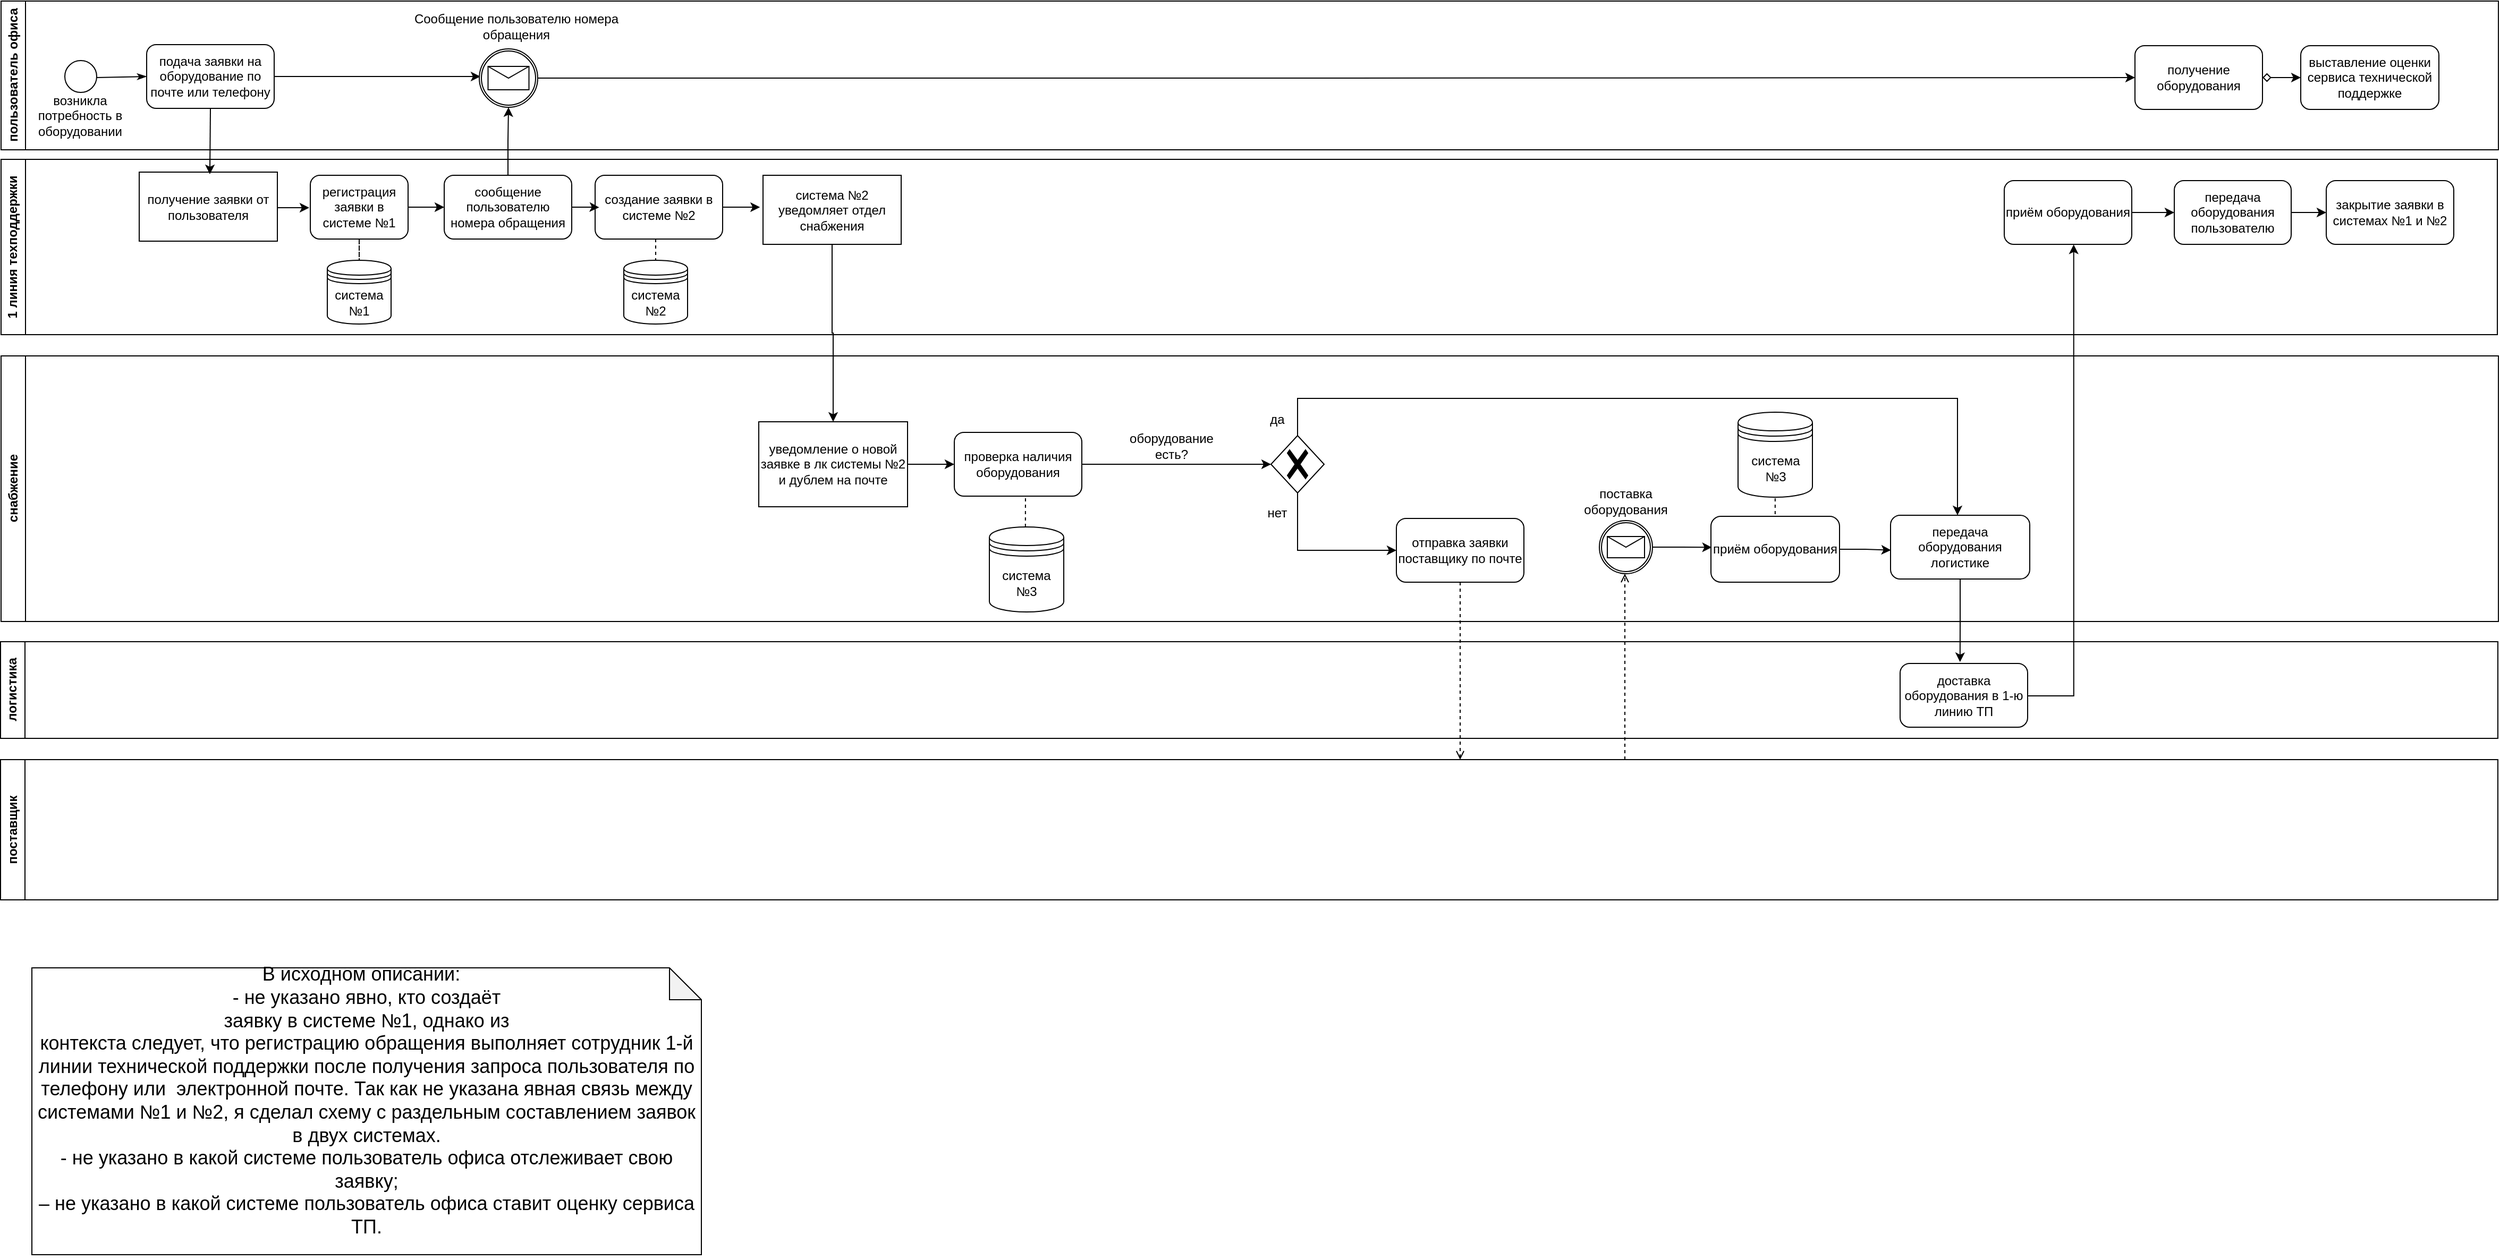
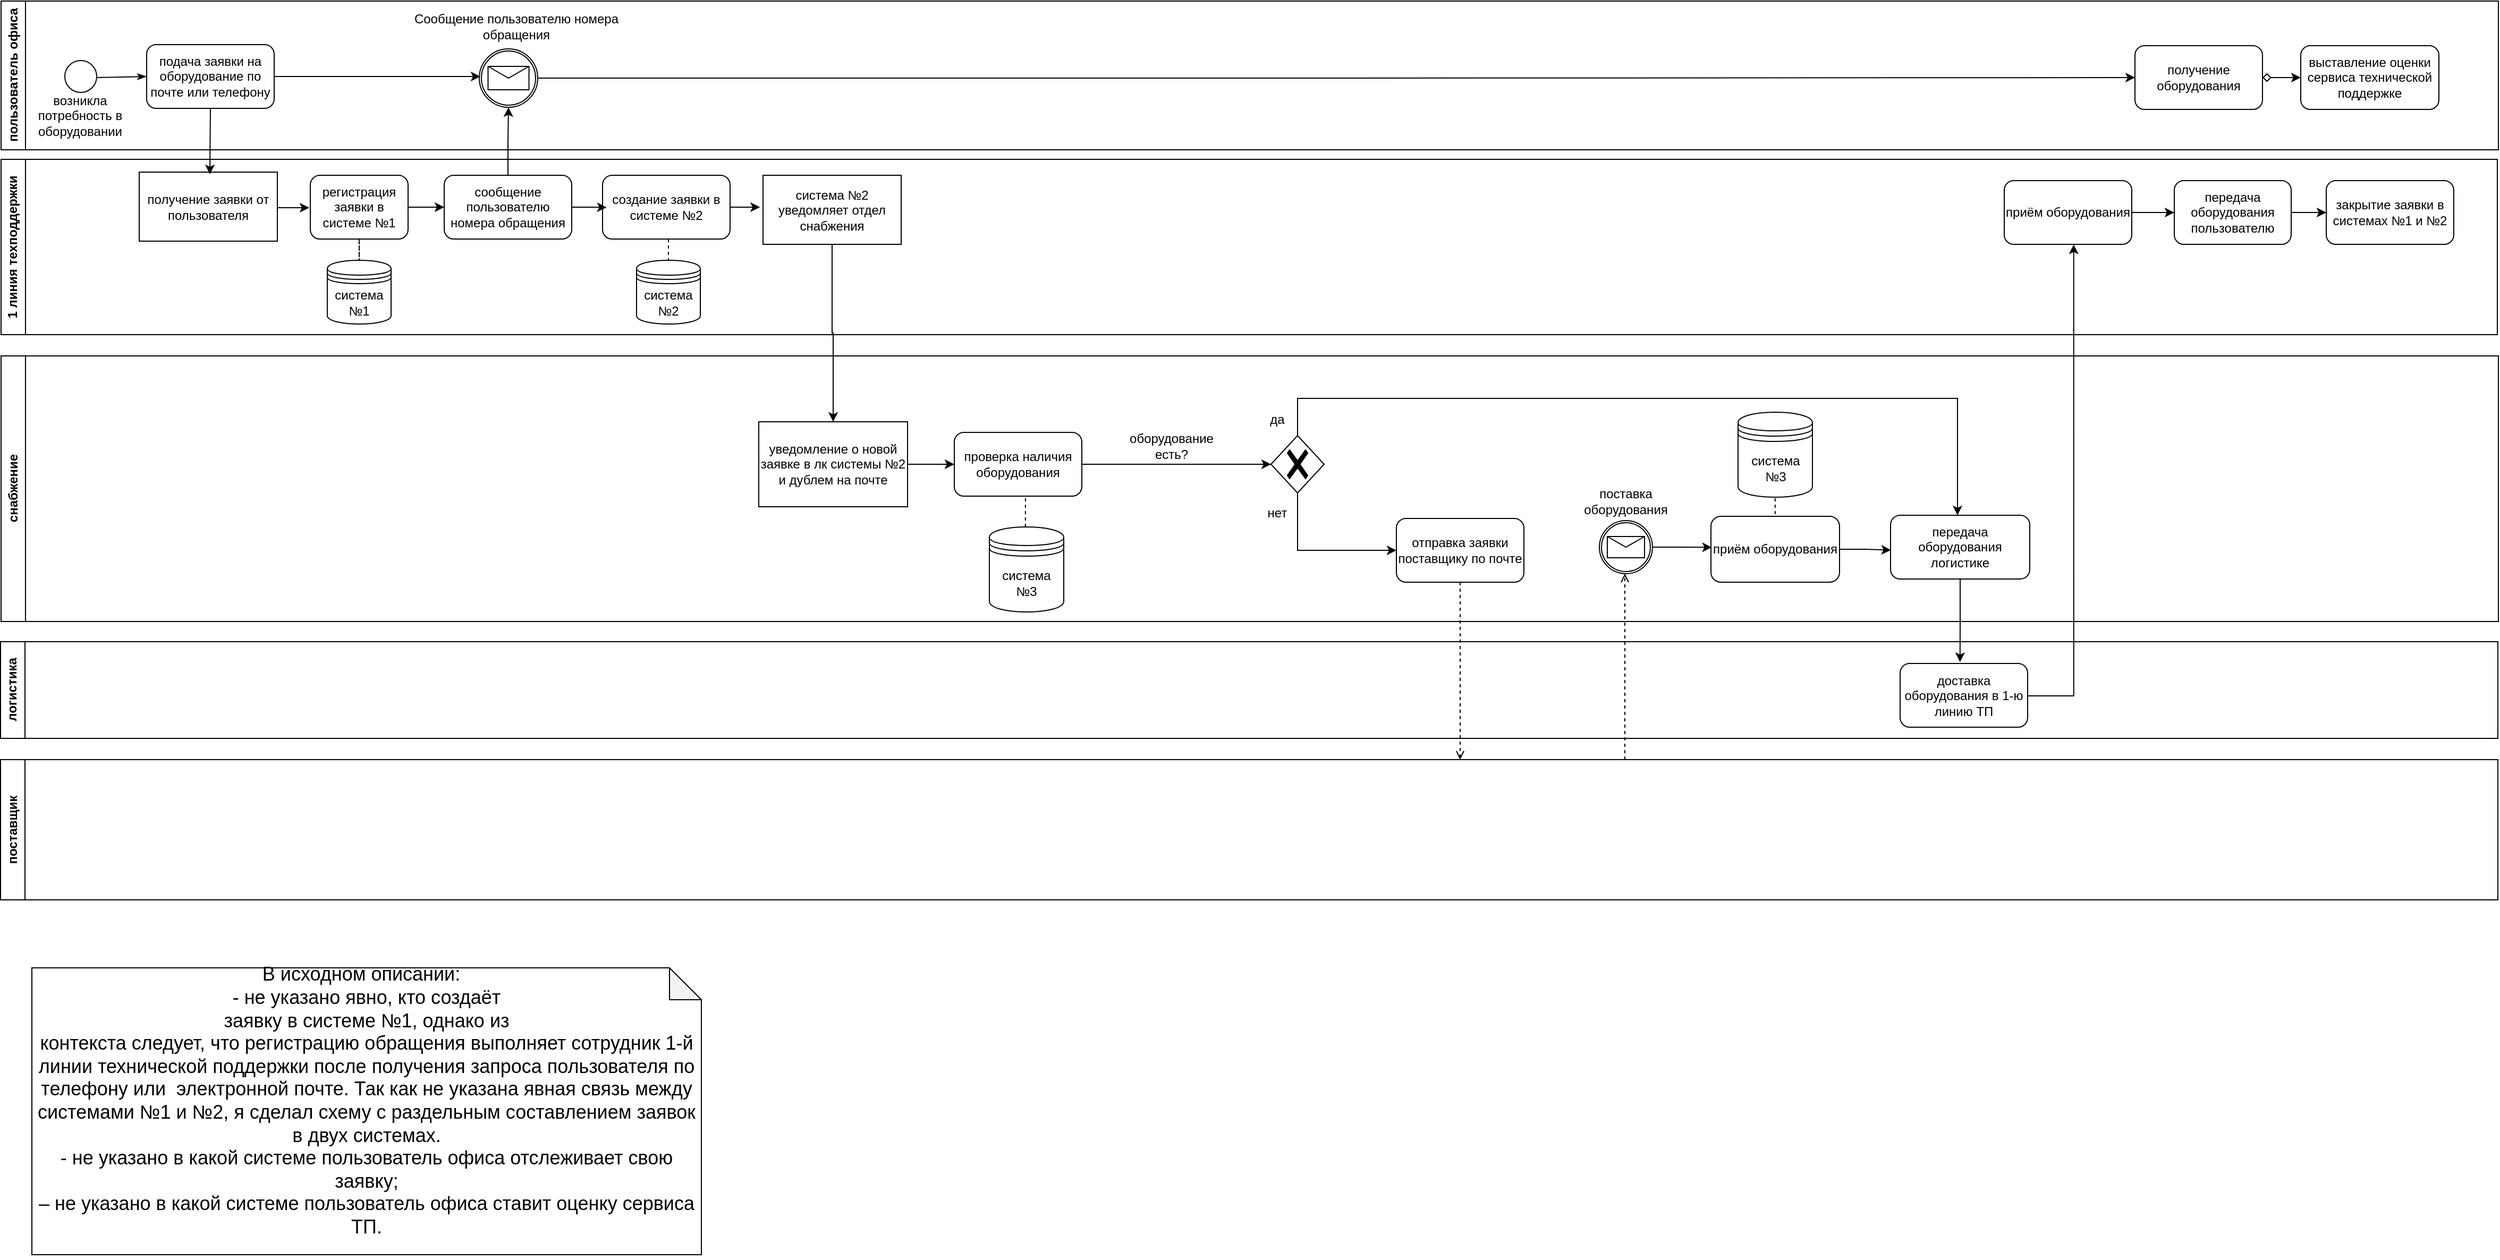
<mxfile host="app.diagrams.net">
  <diagram name="Page-1" id="IhNTdbVoEmmhKQdKGar_">
-     <mxGraphModel dx="1411" dy="613" grid="1" gridSize="10" guides="1" tooltips="1" connect="1" arrows="1" fold="1" page="1" pageScale="1" pageWidth="850" pageHeight="1100" math="0" shadow="0">
+     <mxGraphModel dx="699" dy="319" grid="1" gridSize="10" guides="1" tooltips="1" connect="1" arrows="1" fold="1" page="1" pageScale="1" pageWidth="850" pageHeight="1100" math="0" shadow="0">
      <root>
        <mxCell id="0" />
        <mxCell id="1" parent="0" />
        <mxCell id="G8Y-UxcJEC4LEUgXxJTJ-1" parent="1" style="swimlane;horizontal=0;whiteSpace=wrap;html=1;" value="пользователь офиса" vertex="1">
          <mxGeometry height="140" width="2350" x="11" y="26" as="geometry" />
        </mxCell>
        <mxCell id="G8Y-UxcJEC4LEUgXxJTJ-2" parent="G8Y-UxcJEC4LEUgXxJTJ-1" style="ellipse;whiteSpace=wrap;html=1;aspect=fixed;" value="" vertex="1">
          <mxGeometry height="30" width="30" x="60" y="56" as="geometry" />
        </mxCell>
        <mxCell id="G8Y-UxcJEC4LEUgXxJTJ-8" edge="1" parent="G8Y-UxcJEC4LEUgXxJTJ-1" style="endArrow=classicThin;html=1;rounded=0;endFill=1;entryX=0;entryY=0.5;entryDx=0;entryDy=0;" target="G8Y-UxcJEC4LEUgXxJTJ-13" value="">
          <mxGeometry height="50" relative="1" width="50" as="geometry">
            <mxPoint x="90" y="72" as="sourcePoint" />
            <mxPoint x="120" y="72" as="targetPoint" />
          </mxGeometry>
        </mxCell>
        <mxCell id="G8Y-UxcJEC4LEUgXxJTJ-140" edge="1" parent="G8Y-UxcJEC4LEUgXxJTJ-1" source="G8Y-UxcJEC4LEUgXxJTJ-13" style="edgeStyle=orthogonalEdgeStyle;rounded=0;orthogonalLoop=1;jettySize=auto;html=1;exitX=1;exitY=0.5;exitDx=0;exitDy=0;">
          <mxGeometry relative="1" as="geometry">
            <mxPoint x="268" y="71" as="sourcePoint" />
            <mxPoint x="451" y="71" as="targetPoint" />
          </mxGeometry>
        </mxCell>
        <mxCell id="G8Y-UxcJEC4LEUgXxJTJ-13" parent="G8Y-UxcJEC4LEUgXxJTJ-1" style="rounded=1;whiteSpace=wrap;html=1;" value="&lt;div&gt;подача заявки на оборудование по почте или телефону&lt;/div&gt;" vertex="1">
          <mxGeometry height="60" width="120" x="137" y="41" as="geometry" />
        </mxCell>
        <mxCell id="G8Y-UxcJEC4LEUgXxJTJ-67" edge="1" parent="G8Y-UxcJEC4LEUgXxJTJ-1" source="G8Y-UxcJEC4LEUgXxJTJ-139" style="edgeStyle=orthogonalEdgeStyle;rounded=0;orthogonalLoop=1;jettySize=auto;html=1;entryX=0;entryY=0.5;entryDx=0;entryDy=0;exitX=1;exitY=0.5;exitDx=0;exitDy=0;exitPerimeter=0;" target="G8Y-UxcJEC4LEUgXxJTJ-64">
          <mxGeometry relative="1" as="geometry">
            <mxPoint x="793" y="71" as="sourcePoint" />
            <mxPoint x="2150" y="57" as="targetPoint" />
          </mxGeometry>
        </mxCell>
        <mxCell id="G8Y-UxcJEC4LEUgXxJTJ-66" edge="1" parent="G8Y-UxcJEC4LEUgXxJTJ-1" source="G8Y-UxcJEC4LEUgXxJTJ-64" style="edgeStyle=orthogonalEdgeStyle;rounded=0;orthogonalLoop=1;jettySize=auto;html=1;entryX=0;entryY=0.5;entryDx=0;entryDy=0;endArrow=classic;endFill=1;startArrow=diamond;startFill=0;" target="G8Y-UxcJEC4LEUgXxJTJ-65">
          <mxGeometry relative="1" as="geometry" />
        </mxCell>
        <mxCell id="G8Y-UxcJEC4LEUgXxJTJ-64" parent="G8Y-UxcJEC4LEUgXxJTJ-1" style="rounded=1;whiteSpace=wrap;html=1;" value="получение оборудования" vertex="1">
          <mxGeometry height="60" width="120" x="2008" y="42" as="geometry" />
        </mxCell>
        <mxCell id="G8Y-UxcJEC4LEUgXxJTJ-65" parent="G8Y-UxcJEC4LEUgXxJTJ-1" style="rounded=1;whiteSpace=wrap;html=1;" value="выставление оценки сервиса технической поддержке" vertex="1">
          <mxGeometry height="60" width="130" x="2164" y="42" as="geometry" />
        </mxCell>
        <mxCell id="G8Y-UxcJEC4LEUgXxJTJ-139" parent="G8Y-UxcJEC4LEUgXxJTJ-1" style="points=[[0.145,0.145,0],[0.5,0,0],[0.855,0.145,0],[1,0.5,0],[0.855,0.855,0],[0.5,1,0],[0.145,0.855,0],[0,0.5,0]];shape=mxgraph.bpmn.event;html=1;verticalLabelPosition=bottom;labelBackgroundColor=#ffffff;verticalAlign=top;align=center;perimeter=ellipsePerimeter;outlineConnect=0;aspect=fixed;outline=catching;symbol=message;" value="" vertex="1">
          <mxGeometry height="55" width="55" x="450" y="45" as="geometry" />
        </mxCell>
        <mxCell id="G8Y-UxcJEC4LEUgXxJTJ-3" parent="1" style="swimlane;horizontal=0;whiteSpace=wrap;html=1;" value="1 линия техподдержки" vertex="1">
          <mxGeometry height="165" width="2349" x="11" y="175" as="geometry" />
        </mxCell>
        <mxCell id="G8Y-UxcJEC4LEUgXxJTJ-14" parent="G8Y-UxcJEC4LEUgXxJTJ-3" style="rounded=1;whiteSpace=wrap;html=1;" value="сообщение пользователю номера обращения" vertex="1">
          <mxGeometry height="60" width="120" x="417" y="15" as="geometry" />
        </mxCell>
        <mxCell id="G8Y-UxcJEC4LEUgXxJTJ-97" edge="1" parent="G8Y-UxcJEC4LEUgXxJTJ-3" style="edgeStyle=orthogonalEdgeStyle;rounded=0;orthogonalLoop=1;jettySize=auto;html=1;">
          <mxGeometry relative="1" as="geometry">
            <mxPoint x="260" y="45.51999999999998" as="sourcePoint" />
            <mxPoint x="290" y="45.5" as="targetPoint" />
          </mxGeometry>
        </mxCell>
        <mxCell id="G8Y-UxcJEC4LEUgXxJTJ-19" parent="G8Y-UxcJEC4LEUgXxJTJ-3" style="points=[[0.25,0,0],[0.5,0,0],[0.75,0,0],[1,0.25,0],[1,0.5,0],[1,0.75,0],[0.75,1,0],[0.5,1,0],[0.25,1,0],[0,0.75,0],[0,0.5,0],[0,0.25,0]];shape=mxgraph.bpmn.task2;whiteSpace=wrap;rectStyle=rounded;size=10;html=1;container=1;expand=0;collapsible=0;taskMarker=receive;" value="получение заявки от пользователя" vertex="1">
          <mxGeometry height="65" width="130" x="130" y="12" as="geometry" />
        </mxCell>
        <mxCell id="G8Y-UxcJEC4LEUgXxJTJ-20" parent="G8Y-UxcJEC4LEUgXxJTJ-3" style="rounded=1;whiteSpace=wrap;html=1;" value="создание заявки в системе №2" vertex="1">
-           <mxGeometry height="60" width="120" x="559" y="15" as="geometry" />
+           <mxGeometry height="60" width="120" x="566" y="15" as="geometry" />
        </mxCell>
        <mxCell id="G8Y-UxcJEC4LEUgXxJTJ-94" edge="1" parent="G8Y-UxcJEC4LEUgXxJTJ-3" source="G8Y-UxcJEC4LEUgXxJTJ-22" style="edgeStyle=orthogonalEdgeStyle;rounded=0;orthogonalLoop=1;jettySize=auto;html=1;entryX=0;entryY=0.5;entryDx=0;entryDy=0;" target="G8Y-UxcJEC4LEUgXxJTJ-14">
          <mxGeometry relative="1" as="geometry" />
        </mxCell>
        <mxCell id="G8Y-UxcJEC4LEUgXxJTJ-99" edge="1" parent="G8Y-UxcJEC4LEUgXxJTJ-3" source="G8Y-UxcJEC4LEUgXxJTJ-22" style="edgeStyle=orthogonalEdgeStyle;rounded=0;orthogonalLoop=1;jettySize=auto;html=1;endArrow=none;endFill=0;dashed=1;" target="G8Y-UxcJEC4LEUgXxJTJ-28">
          <mxGeometry relative="1" as="geometry" />
        </mxCell>
        <mxCell id="G8Y-UxcJEC4LEUgXxJTJ-22" parent="G8Y-UxcJEC4LEUgXxJTJ-3" style="rounded=1;whiteSpace=wrap;html=1;" value="регистрация заявки в системе №1" vertex="1">
          <mxGeometry height="60" width="92" x="291" y="15" as="geometry" />
        </mxCell>
        <mxCell id="G8Y-UxcJEC4LEUgXxJTJ-17" parent="G8Y-UxcJEC4LEUgXxJTJ-3" style="points=[[0.25,0,0],[0.5,0,0],[0.75,0,0],[1,0.25,0],[1,0.5,0],[1,0.75,0],[0.75,1,0],[0.5,1,0],[0.25,1,0],[0,0.75,0],[0,0.5,0],[0,0.25,0]];shape=mxgraph.bpmn.task2;whiteSpace=wrap;rectStyle=rounded;size=10;html=1;container=1;expand=0;collapsible=0;taskMarker=service;" value="система №2 уведомляет отдел снабжения" vertex="1">
          <mxGeometry height="65" width="130" x="717" y="15" as="geometry" />
        </mxCell>
        <mxCell id="G8Y-UxcJEC4LEUgXxJTJ-28" parent="G8Y-UxcJEC4LEUgXxJTJ-3" style="shape=datastore;whiteSpace=wrap;html=1;" value="система №1" vertex="1">
          <mxGeometry height="60" width="60" x="307" y="95" as="geometry" />
        </mxCell>
        <mxCell id="G8Y-UxcJEC4LEUgXxJTJ-63" edge="1" parent="G8Y-UxcJEC4LEUgXxJTJ-3" source="G8Y-UxcJEC4LEUgXxJTJ-59" style="edgeStyle=orthogonalEdgeStyle;rounded=0;orthogonalLoop=1;jettySize=auto;html=1;entryX=0;entryY=0.5;entryDx=0;entryDy=0;" target="G8Y-UxcJEC4LEUgXxJTJ-60">
          <mxGeometry relative="1" as="geometry" />
        </mxCell>
        <mxCell id="G8Y-UxcJEC4LEUgXxJTJ-59" parent="G8Y-UxcJEC4LEUgXxJTJ-3" style="rounded=1;whiteSpace=wrap;html=1;" value="передача оборудования пользователю" vertex="1">
          <mxGeometry height="60" width="110" x="2045" y="20" as="geometry" />
        </mxCell>
        <mxCell id="G8Y-UxcJEC4LEUgXxJTJ-60" parent="G8Y-UxcJEC4LEUgXxJTJ-3" style="rounded=1;whiteSpace=wrap;html=1;" value="закрытие заявки в системах №1 и №2" vertex="1">
          <mxGeometry height="60" width="120" x="2188" y="20" as="geometry" />
        </mxCell>
        <mxCell id="G8Y-UxcJEC4LEUgXxJTJ-92" edge="1" parent="G8Y-UxcJEC4LEUgXxJTJ-3" source="G8Y-UxcJEC4LEUgXxJTJ-20" style="edgeStyle=orthogonalEdgeStyle;rounded=0;orthogonalLoop=1;jettySize=auto;html=1;entryX=-0.022;entryY=0.462;entryDx=0;entryDy=0;entryPerimeter=0;" target="G8Y-UxcJEC4LEUgXxJTJ-17">
          <mxGeometry relative="1" as="geometry" />
        </mxCell>
        <mxCell id="G8Y-UxcJEC4LEUgXxJTJ-93" edge="1" parent="G8Y-UxcJEC4LEUgXxJTJ-3" source="G8Y-UxcJEC4LEUgXxJTJ-14" style="edgeStyle=orthogonalEdgeStyle;rounded=0;orthogonalLoop=1;jettySize=auto;html=1;entryX=0.032;entryY=0.504;entryDx=0;entryDy=0;entryPerimeter=0;" target="G8Y-UxcJEC4LEUgXxJTJ-20">
          <mxGeometry relative="1" as="geometry" />
        </mxCell>
        <mxCell id="G8Y-UxcJEC4LEUgXxJTJ-127" edge="1" parent="G8Y-UxcJEC4LEUgXxJTJ-3" source="G8Y-UxcJEC4LEUgXxJTJ-125" style="edgeStyle=orthogonalEdgeStyle;rounded=0;orthogonalLoop=1;jettySize=auto;html=1;entryX=0;entryY=0.5;entryDx=0;entryDy=0;" target="G8Y-UxcJEC4LEUgXxJTJ-59">
          <mxGeometry relative="1" as="geometry" />
        </mxCell>
        <mxCell id="G8Y-UxcJEC4LEUgXxJTJ-125" parent="G8Y-UxcJEC4LEUgXxJTJ-3" style="rounded=1;whiteSpace=wrap;html=1;" value="приём оборудования" vertex="1">
          <mxGeometry height="60" width="120" x="1885" y="20" as="geometry" />
        </mxCell>
        <mxCell id="G8Y-UxcJEC4LEUgXxJTJ-7" parent="1" style="text;html=1;whiteSpace=wrap;strokeColor=none;fillColor=none;align=center;verticalAlign=middle;rounded=0;" value="возникла потребность в оборудовании" vertex="1">
          <mxGeometry height="38" width="85" x="43" y="115" as="geometry" />
        </mxCell>
        <mxCell id="G8Y-UxcJEC4LEUgXxJTJ-4" parent="1" style="swimlane;horizontal=0;whiteSpace=wrap;html=1;" value="снабжение" vertex="1">
          <mxGeometry height="250" width="2350" x="11" y="360" as="geometry" />
        </mxCell>
        <mxCell id="G8Y-UxcJEC4LEUgXxJTJ-85" edge="1" parent="G8Y-UxcJEC4LEUgXxJTJ-4" style="edgeStyle=orthogonalEdgeStyle;rounded=0;orthogonalLoop=1;jettySize=auto;html=1;entryX=0.384;entryY=-0.023;entryDx=0;entryDy=0;entryPerimeter=0;endArrow=none;endFill=0;dashed=1;">
          <mxGeometry relative="1" as="geometry">
            <mxPoint x="963.969696969697" y="134" as="sourcePoint" />
            <mxPoint x="963.8799999999999" y="170.15999999999997" as="targetPoint" />
          </mxGeometry>
        </mxCell>
        <mxCell id="G8Y-UxcJEC4LEUgXxJTJ-135" edge="1" parent="G8Y-UxcJEC4LEUgXxJTJ-4" source="G8Y-UxcJEC4LEUgXxJTJ-25" style="edgeStyle=orthogonalEdgeStyle;rounded=0;orthogonalLoop=1;jettySize=auto;html=1;" target="G8Y-UxcJEC4LEUgXxJTJ-29">
          <mxGeometry relative="1" as="geometry" />
        </mxCell>
        <mxCell id="G8Y-UxcJEC4LEUgXxJTJ-25" parent="G8Y-UxcJEC4LEUgXxJTJ-4" style="rounded=1;whiteSpace=wrap;html=1;" value="проверка наличия оборудования" vertex="1">
          <mxGeometry height="60" width="120" x="897" y="72" as="geometry" />
        </mxCell>
        <mxCell id="G8Y-UxcJEC4LEUgXxJTJ-27" parent="G8Y-UxcJEC4LEUgXxJTJ-4" style="shape=datastore;whiteSpace=wrap;html=1;" value="система №3" vertex="1">
          <mxGeometry height="80" width="70" x="930" y="161" as="geometry" />
        </mxCell>
        <mxCell id="G8Y-UxcJEC4LEUgXxJTJ-77" edge="1" parent="G8Y-UxcJEC4LEUgXxJTJ-4" source="G8Y-UxcJEC4LEUgXxJTJ-29" style="edgeStyle=orthogonalEdgeStyle;rounded=0;orthogonalLoop=1;jettySize=auto;html=1;entryX=0;entryY=0.5;entryDx=0;entryDy=0;" target="G8Y-UxcJEC4LEUgXxJTJ-37">
          <mxGeometry relative="1" as="geometry">
            <Array as="points">
              <mxPoint x="1220" y="183" />
            </Array>
          </mxGeometry>
        </mxCell>
        <mxCell id="G8Y-UxcJEC4LEUgXxJTJ-78" edge="1" parent="G8Y-UxcJEC4LEUgXxJTJ-4" source="G8Y-UxcJEC4LEUgXxJTJ-29" style="edgeStyle=orthogonalEdgeStyle;rounded=0;orthogonalLoop=1;jettySize=auto;html=1;exitX=0.5;exitY=0;exitDx=0;exitDy=0;exitPerimeter=0;">
          <mxGeometry relative="1" as="geometry">
            <Array as="points">
              <mxPoint x="1220" y="75" />
              <mxPoint x="1220" y="40" />
              <mxPoint x="1841" y="40" />
            </Array>
            <mxPoint x="1116" y="55" as="sourcePoint" />
            <mxPoint x="1841" y="150" as="targetPoint" />
          </mxGeometry>
        </mxCell>
        <mxCell id="G8Y-UxcJEC4LEUgXxJTJ-29" parent="G8Y-UxcJEC4LEUgXxJTJ-4" style="points=[[0.25,0.25,0],[0.5,0,0],[0.75,0.25,0],[1,0.5,0],[0.75,0.75,0],[0.5,1,0],[0.25,0.75,0],[0,0.5,0]];shape=mxgraph.bpmn.gateway2;html=1;verticalLabelPosition=bottom;labelBackgroundColor=#ffffff;verticalAlign=top;align=center;perimeter=rhombusPerimeter;outlineConnect=0;outline=none;symbol=none;gwType=exclusive;" value="" vertex="1">
          <mxGeometry height="54" width="50" x="1195" y="75" as="geometry" />
        </mxCell>
        <mxCell id="G8Y-UxcJEC4LEUgXxJTJ-32" parent="G8Y-UxcJEC4LEUgXxJTJ-4" style="rounded=1;whiteSpace=wrap;html=1;" value="передача оборудования логистике" vertex="1">
          <mxGeometry height="60" width="131" x="1778" y="150" as="geometry" />
        </mxCell>
        <mxCell id="G8Y-UxcJEC4LEUgXxJTJ-149" edge="1" parent="G8Y-UxcJEC4LEUgXxJTJ-4" source="G8Y-UxcJEC4LEUgXxJTJ-37" style="edgeStyle=orthogonalEdgeStyle;rounded=0;orthogonalLoop=1;jettySize=auto;html=1;endArrow=open;endFill=0;dashed=1;">
          <mxGeometry relative="1" as="geometry">
            <mxPoint x="1373" y="380" as="targetPoint" />
          </mxGeometry>
        </mxCell>
        <mxCell id="G8Y-UxcJEC4LEUgXxJTJ-37" parent="G8Y-UxcJEC4LEUgXxJTJ-4" style="rounded=1;whiteSpace=wrap;html=1;" value="отправка заявки поставщику по почте" vertex="1">
          <mxGeometry height="60" width="120" x="1313" y="153" as="geometry" />
        </mxCell>
        <mxCell id="G8Y-UxcJEC4LEUgXxJTJ-87" edge="1" parent="G8Y-UxcJEC4LEUgXxJTJ-4" source="G8Y-UxcJEC4LEUgXxJTJ-44" style="edgeStyle=orthogonalEdgeStyle;rounded=0;orthogonalLoop=1;jettySize=auto;html=1;" target="G8Y-UxcJEC4LEUgXxJTJ-25">
          <mxGeometry relative="1" as="geometry" />
        </mxCell>
        <mxCell id="G8Y-UxcJEC4LEUgXxJTJ-44" parent="G8Y-UxcJEC4LEUgXxJTJ-4" style="points=[[0.25,0,0],[0.5,0,0],[0.75,0,0],[1,0.25,0],[1,0.5,0],[1,0.75,0],[0.75,1,0],[0.5,1,0],[0.25,1,0],[0,0.75,0],[0,0.5,0],[0,0.25,0]];shape=mxgraph.bpmn.task2;whiteSpace=wrap;rectStyle=rounded;size=10;html=1;container=1;expand=0;collapsible=0;taskMarker=receive;" value="уведомление о новой заявке в лк системы №2 и дублем на почте" vertex="1">
          <mxGeometry height="80" width="140" x="713" y="62" as="geometry" />
        </mxCell>
        <mxCell id="G8Y-UxcJEC4LEUgXxJTJ-79" edge="1" parent="G8Y-UxcJEC4LEUgXxJTJ-4" style="edgeStyle=orthogonalEdgeStyle;rounded=0;orthogonalLoop=1;jettySize=auto;html=1;entryX=0.5;entryY=1;entryDx=0;entryDy=0;endArrow=none;endFill=0;dashed=1;">
          <mxGeometry relative="1" as="geometry">
            <mxPoint x="1669.4187719298245" y="149" as="sourcePoint" />
            <mxPoint x="1669.41" y="131" as="targetPoint" />
          </mxGeometry>
        </mxCell>
        <mxCell id="G8Y-UxcJEC4LEUgXxJTJ-45" parent="G8Y-UxcJEC4LEUgXxJTJ-4" style="rounded=1;whiteSpace=wrap;html=1;" value="приём оборудования" vertex="1">
          <mxGeometry height="62" width="121" x="1609" y="151" as="geometry" />
        </mxCell>
        <mxCell id="G8Y-UxcJEC4LEUgXxJTJ-46" parent="G8Y-UxcJEC4LEUgXxJTJ-4" style="shape=datastore;whiteSpace=wrap;html=1;" value="система №3" vertex="1">
          <mxGeometry height="80" width="70" x="1634.5" y="53" as="geometry" />
        </mxCell>
        <mxCell id="G8Y-UxcJEC4LEUgXxJTJ-74" parent="G8Y-UxcJEC4LEUgXxJTJ-4" style="text;html=1;whiteSpace=wrap;strokeColor=none;fillColor=none;align=center;verticalAlign=middle;rounded=0;" value="да" vertex="1">
          <mxGeometry height="30" width="40" x="1181" y="45" as="geometry" />
        </mxCell>
        <mxCell id="G8Y-UxcJEC4LEUgXxJTJ-30" parent="G8Y-UxcJEC4LEUgXxJTJ-4" style="text;html=1;whiteSpace=wrap;strokeColor=none;fillColor=none;align=center;verticalAlign=middle;rounded=0;" value="оборудование есть?" vertex="1">
          <mxGeometry height="40" width="93" x="1055" y="65" as="geometry" />
        </mxCell>
        <mxCell id="G8Y-UxcJEC4LEUgXxJTJ-88" parent="G8Y-UxcJEC4LEUgXxJTJ-4" style="text;html=1;whiteSpace=wrap;strokeColor=none;fillColor=none;align=center;verticalAlign=middle;rounded=0;" value="нет" vertex="1">
          <mxGeometry height="30" width="30" x="1186" y="133" as="geometry" />
        </mxCell>
        <mxCell id="G8Y-UxcJEC4LEUgXxJTJ-107" edge="1" parent="G8Y-UxcJEC4LEUgXxJTJ-4" source="G8Y-UxcJEC4LEUgXxJTJ-45" style="edgeStyle=orthogonalEdgeStyle;rounded=0;orthogonalLoop=1;jettySize=auto;html=1;entryX=0.003;entryY=0.547;entryDx=0;entryDy=0;entryPerimeter=0;" target="G8Y-UxcJEC4LEUgXxJTJ-32">
          <mxGeometry relative="1" as="geometry" />
        </mxCell>
        <mxCell id="G8Y-UxcJEC4LEUgXxJTJ-121" parent="G8Y-UxcJEC4LEUgXxJTJ-4" style="points=[[0.145,0.145,0],[0.5,0,0],[0.855,0.145,0],[1,0.5,0],[0.855,0.855,0],[0.5,1,0],[0.145,0.855,0],[0,0.5,0]];shape=mxgraph.bpmn.event;html=1;verticalLabelPosition=bottom;labelBackgroundColor=#ffffff;verticalAlign=top;align=center;perimeter=ellipsePerimeter;outlineConnect=0;aspect=fixed;outline=catching;symbol=message;" value="" vertex="1">
          <mxGeometry height="50" width="50" x="1504" y="155" as="geometry" />
        </mxCell>
        <mxCell id="G8Y-UxcJEC4LEUgXxJTJ-122" parent="G8Y-UxcJEC4LEUgXxJTJ-4" style="text;html=1;whiteSpace=wrap;strokeColor=none;fillColor=none;align=center;verticalAlign=middle;rounded=0;" value="поставка оборудования" vertex="1">
          <mxGeometry height="30" width="90" x="1484" y="122" as="geometry" />
        </mxCell>
        <mxCell id="G8Y-UxcJEC4LEUgXxJTJ-123" edge="1" parent="G8Y-UxcJEC4LEUgXxJTJ-4" source="G8Y-UxcJEC4LEUgXxJTJ-121" style="edgeStyle=orthogonalEdgeStyle;rounded=0;orthogonalLoop=1;jettySize=auto;html=1;entryX=0.007;entryY=0.471;entryDx=0;entryDy=0;entryPerimeter=0;" target="G8Y-UxcJEC4LEUgXxJTJ-45">
          <mxGeometry relative="1" as="geometry" />
        </mxCell>
        <mxCell id="G8Y-UxcJEC4LEUgXxJTJ-130" edge="1" parent="G8Y-UxcJEC4LEUgXxJTJ-4" style="edgeStyle=orthogonalEdgeStyle;rounded=0;orthogonalLoop=1;jettySize=auto;html=1;entryX=0.628;entryY=0.981;entryDx=0;entryDy=0;entryPerimeter=0;">
          <mxGeometry relative="1" as="geometry">
            <Array as="points">
              <mxPoint x="1865" y="320" />
              <mxPoint x="1950" y="320" />
            </Array>
            <mxPoint x="1864.9999999999995" y="290.82000000000005" as="sourcePoint" />
            <mxPoint x="1950.3600000000001" y="-104.82000000000005" as="targetPoint" />
          </mxGeometry>
        </mxCell>
        <mxCell id="G8Y-UxcJEC4LEUgXxJTJ-5" parent="1" style="swimlane;horizontal=0;whiteSpace=wrap;html=1;" value="логистика" vertex="1">
          <mxGeometry height="91" width="2350" x="10.5" y="629" as="geometry" />
        </mxCell>
        <mxCell id="G8Y-UxcJEC4LEUgXxJTJ-34" parent="G8Y-UxcJEC4LEUgXxJTJ-5" style="rounded=1;whiteSpace=wrap;html=1;" value="доставка оборудования в 1-ю линию ТП" vertex="1">
          <mxGeometry height="60" width="120" x="1787.5" y="20.5" as="geometry" />
        </mxCell>
        <mxCell id="G8Y-UxcJEC4LEUgXxJTJ-6" parent="G8Y-UxcJEC4LEUgXxJTJ-5" style="swimlane;horizontal=0;whiteSpace=wrap;html=1;" value="поставщик" vertex="1">
          <mxGeometry height="132" width="2350" y="111" as="geometry" />
        </mxCell>
        <mxCell id="G8Y-UxcJEC4LEUgXxJTJ-83" edge="1" parent="1" style="edgeStyle=orthogonalEdgeStyle;rounded=0;orthogonalLoop=1;jettySize=auto;html=1;dashed=1;endArrow=open;endFill=0;" target="G8Y-UxcJEC4LEUgXxJTJ-121">
          <mxGeometry relative="1" as="geometry">
            <Array as="points">
              <mxPoint x="1539" y="690" />
              <mxPoint x="1539" y="690" />
            </Array>
            <mxPoint x="1539" y="740" as="sourcePoint" />
            <mxPoint x="1535.946" y="573" as="targetPoint" />
          </mxGeometry>
        </mxCell>
        <mxCell id="G8Y-UxcJEC4LEUgXxJTJ-98" edge="1" parent="1" source="G8Y-UxcJEC4LEUgXxJTJ-13" style="edgeStyle=orthogonalEdgeStyle;rounded=0;orthogonalLoop=1;jettySize=auto;html=1;entryX=0.519;entryY=-0.077;entryDx=0;entryDy=0;entryPerimeter=0;exitX=0.5;exitY=1;exitDx=0;exitDy=0;">
          <mxGeometry relative="1" as="geometry">
            <mxPoint x="207" y="110" as="sourcePoint" />
            <mxPoint x="207.47000000000003" y="188.995" as="targetPoint" />
          </mxGeometry>
        </mxCell>
        <mxCell id="G8Y-UxcJEC4LEUgXxJTJ-106" parent="1" style="shape=note;whiteSpace=wrap;html=1;backgroundOutline=1;darkOpacity=0.05;" value="&lt;font style=&quot;font-size: 18px;&quot;&gt;В исходном описании:&amp;nbsp;&amp;nbsp;&lt;/font&gt;&lt;div&gt;&lt;font style=&quot;font-size: 18px;&quot;&gt;- не указано явно, кто создаёт &lt;br&gt;заявку в системе №1, однако из &lt;br&gt;контекста следует, что регистрацию обращения выполняет сотрудник 1-й &lt;br&gt;линии технической поддержки после получения запроса пользователя по &lt;br&gt;телефону или&amp;nbsp; электронной почте. Так как не указана явная связь между системами №1 и №2, я сделал схему с раздельным составлением заявок в двух системах.&lt;/font&gt;&lt;div&gt;&lt;font style=&quot;font-size: 18px;&quot;&gt;- не указано в какой системе пользователь офиса отслеживает свою заявку;&lt;br&gt;– не указано в какой системе пользователь офиса ставит оценку сервиса ТП.&lt;/font&gt;&lt;/div&gt;&lt;font size=&quot;3&quot;&gt;&lt;br&gt;&lt;/font&gt;&lt;/div&gt;" vertex="1">
          <mxGeometry height="270" width="630" x="40" y="936" as="geometry" />
        </mxCell>
        <mxCell id="G8Y-UxcJEC4LEUgXxJTJ-110" edge="1" parent="1" style="edgeStyle=orthogonalEdgeStyle;rounded=0;orthogonalLoop=1;jettySize=auto;html=1;endArrow=none;endFill=0;dashed=1;" target="G8Y-UxcJEC4LEUgXxJTJ-111">
          <mxGeometry relative="1" as="geometry">
            <Array as="points">
-               <mxPoint x="627" y="260" />
-               <mxPoint x="627" y="260" />
-             </Array>
-             <mxPoint x="627" y="250" as="sourcePoint" />
+               <mxPoint x="639" y="260" />
+               <mxPoint x="639" y="260" />
+             </Array>
+             <mxPoint x="639" y="250" as="sourcePoint" />
          </mxGeometry>
        </mxCell>
        <mxCell id="G8Y-UxcJEC4LEUgXxJTJ-111" parent="1" style="shape=datastore;whiteSpace=wrap;html=1;" value="система №2" vertex="1">
-           <mxGeometry height="60" width="60" x="597" y="270" as="geometry" />
+           <mxGeometry height="60" width="60" x="609" y="270" as="geometry" />
        </mxCell>
        <mxCell id="G8Y-UxcJEC4LEUgXxJTJ-124" edge="1" parent="1" source="G8Y-UxcJEC4LEUgXxJTJ-32" style="edgeStyle=orthogonalEdgeStyle;rounded=0;orthogonalLoop=1;jettySize=auto;html=1;entryX=0.47;entryY=-0.022;entryDx=0;entryDy=0;entryPerimeter=0;" target="G8Y-UxcJEC4LEUgXxJTJ-34">
          <mxGeometry relative="1" as="geometry" />
        </mxCell>
        <mxCell id="G8Y-UxcJEC4LEUgXxJTJ-132" edge="1" parent="1" source="G8Y-UxcJEC4LEUgXxJTJ-17" style="edgeStyle=orthogonalEdgeStyle;rounded=0;orthogonalLoop=1;jettySize=auto;html=1;entryX=0.5;entryY=0;entryDx=0;entryDy=0;entryPerimeter=0;" target="G8Y-UxcJEC4LEUgXxJTJ-44">
          <mxGeometry relative="1" as="geometry" />
        </mxCell>
        <mxCell id="G8Y-UxcJEC4LEUgXxJTJ-144" parent="1" style="text;html=1;whiteSpace=wrap;strokeColor=none;fillColor=none;align=center;verticalAlign=middle;rounded=0;" value="Сообщение пользователю номера обращения" vertex="1">
          <mxGeometry height="30" width="240" x="376" y="35" as="geometry" />
        </mxCell>
        <mxCell id="G8Y-UxcJEC4LEUgXxJTJ-147" edge="1" parent="1" source="G8Y-UxcJEC4LEUgXxJTJ-14" style="edgeStyle=orthogonalEdgeStyle;rounded=0;orthogonalLoop=1;jettySize=auto;html=1;" target="G8Y-UxcJEC4LEUgXxJTJ-139">
          <mxGeometry relative="1" as="geometry" />
        </mxCell>
      </root>
    </mxGraphModel>
  </diagram>
</mxfile>
